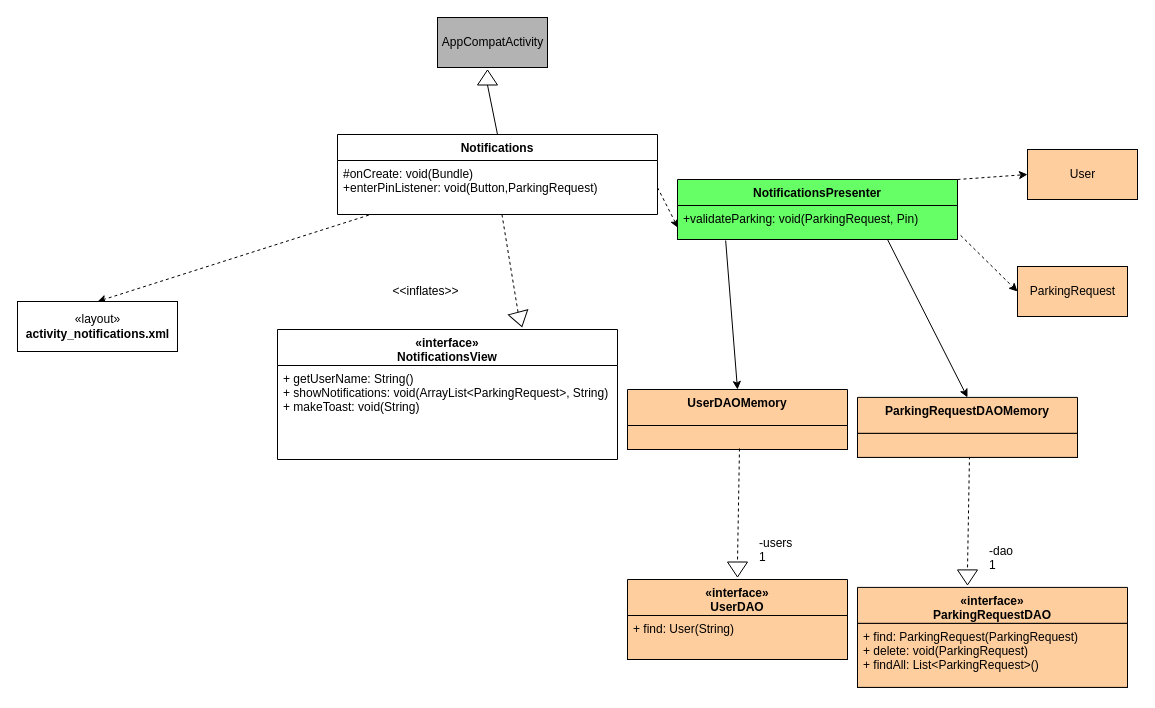
Above: R4_Diagrams/Class Diagrams/EnterPinCD.drawio in ntinouldinho/Parking-App (draw.io), before the change. Source tidied: cells renumbered, new cells numbered last; positions are measured from the earlier drawing's top-left corner, leaving out a move shared by most shapes. Both pictures are drawn from the tidied source at 100%, with x=0, y=0 at pixel (17, 17).
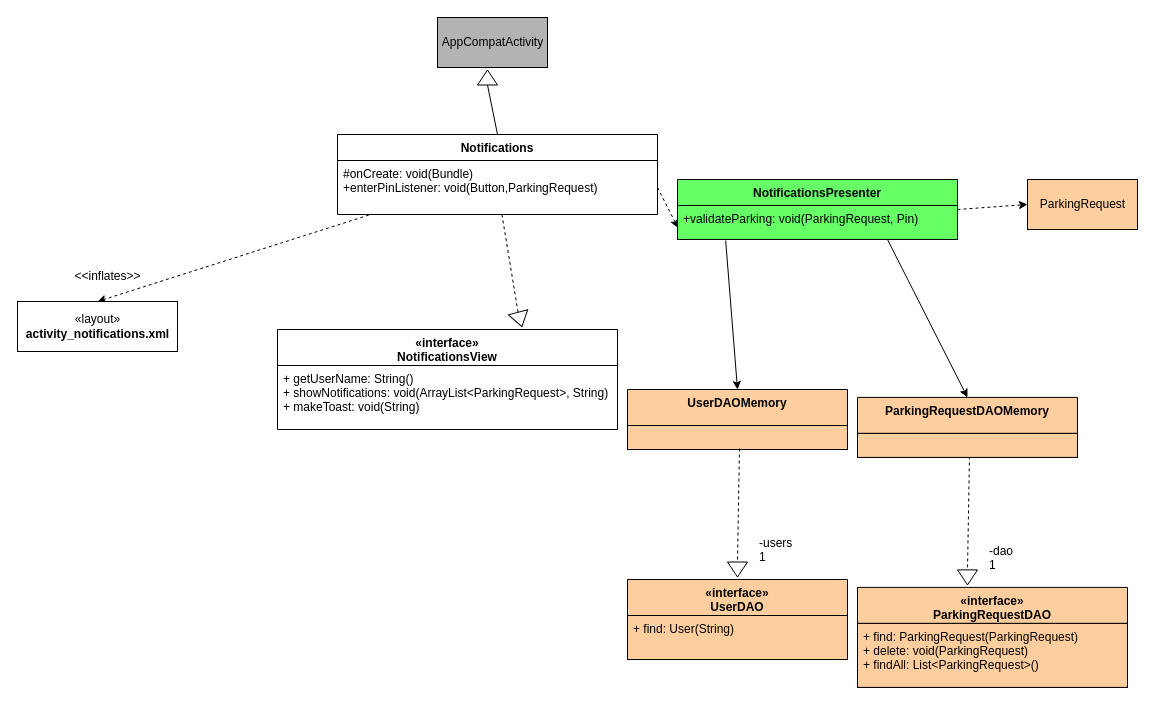
Above is the later version.

The change refers to these unchanged cells:
```xml
<mxCell id="10" value="NotificationsPresenter" style="swimlane;fontStyle=1;align=center;verticalAlign=top;horizontal=1;startSize=26;strokeColor=#000000;fillColor=#66FF66;gradientColor=none;" parent="1" vertex="1">
  <mxGeometry x="660" y="162" width="280" height="60" as="geometry" />
</mxCell>
<mxCell id="11" value="+validateParking: void(ParkingRequest, Pin)" style="text;strokeColor=#000000;fillColor=#66FF66;align=left;verticalAlign=top;spacingLeft=4;spacingRight=4;overflow=hidden;points=[[0,0.5],[1,0.5]];portConstraint=eastwest;gradientColor=none;" parent="10" vertex="1">
  <mxGeometry y="26" width="280" height="34" as="geometry" />
</mxCell>
```

Change to the diagram source:
```diff
@@
-    <mxCell id="13" style="endArrow=classic;html=1;exitX=1;exitY=0;exitDx=0;exitDy=0;dashed=1;entryX=0;entryY=0.5;entryDx=0;entryDy=0;" parent="1" edge="1" source="10" target="15">
+    <mxCell id="13" style="endArrow=classic;html=1;exitX=1;exitY=0.5;exitDx=0;exitDy=0;dashed=1;entryX=0;entryY=0.5;entryDx=0;entryDy=0;" parent="1" edge="1" source="10" target="15">
       <mxGeometry relative="1" as="geometry" />
     </mxCell>
-    <mxCell id="14" style="endArrow=classic;html=1;exitX=1.011;exitY=0.878;exitDx=0;exitDy=0;dashed=1;entryX=0;entryY=0.5;entryDx=0;entryDy=0;exitPerimeter=0;" parent="1" edge="1" source="11" target="16">
-      <mxGeometry relative="1" as="geometry" />
-    </mxCell>
-    <mxCell id="15" value="User" style="html=1;strokeColor=#000000;fillColor=#FFCE9F;gradientColor=none;" parent="1" vertex="1">
-      <mxGeometry x="1010" y="132" width="110" height="50" as="geometry" />
+    <mxCell id="15" value="ParkingRequest" style="html=1;strokeColor=#000000;fillColor=#FFCE9F;gradientColor=none;" parent="1" vertex="1">
+      <mxGeometry x="1010" y="162" width="110" height="50" as="geometry" />
     </mxCell>
-    <mxCell id="16" value="ParkingRequest" style="html=1;strokeColor=#000000;fillColor=#FFCE9F;gradientColor=none;" parent="1" vertex="1">
-      <mxGeometry x="1000" y="249" width="110" height="50" as="geometry" />
-    </mxCell>
@@
     <mxCell id="23" value="&amp;lt;&amp;lt;inflates&amp;gt;&amp;gt;" style="text;html=1;align=center;verticalAlign=middle;" parent="1" vertex="1">
-      <mxGeometry x="367.5" y="264" width="80" height="20" as="geometry" />
+      <mxGeometry x="50" y="249" width="80" height="20" as="geometry" />
     </mxCell>
@@
     <mxCell id="35" value="«interface»&#10;NotificationsView&#10;" style="swimlane;fontStyle=1;align=center;verticalAlign=top;horizontal=1;startSize=36;" parent="1" vertex="1">
-      <mxGeometry x="260" y="312" width="340" height="130" as="geometry" />
+      <mxGeometry x="260" y="312" width="340" height="100" as="geometry" />
     </mxCell>
     <mxCell id="36" value="+ getUserName: String()&#10;+ showNotifications: void(ArrayList&lt;ParkingRequest&gt;, String)&#10;+ makeToast: void(String)" style="text;align=left;verticalAlign=top;spacingLeft=4;spacingRight=4;overflow=hidden;" parent="35" vertex="1">
-      <mxGeometry y="36" width="340" height="94" as="geometry" />
+      <mxGeometry y="36" width="340" height="64" as="geometry" />
     </mxCell>
```
